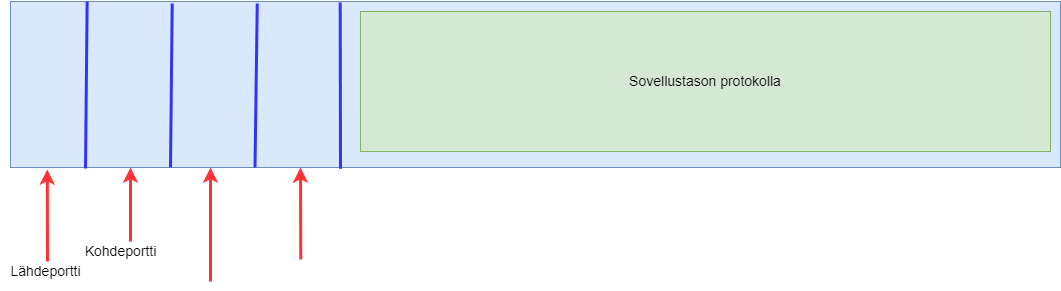
The draw.io diagram docs/pictures/UDPDatagrammi.png in JaakkoVuorela/TAdokumentaatio, before a commit. Source tidied: cells renumbered, new cells last; positions are measured from the earlier drawing's top-left corner, leaving out a move shared by most shapes.
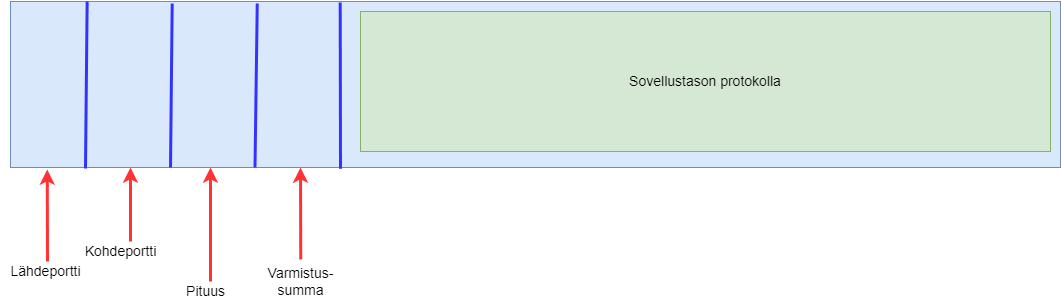
The same file after the commit.

Change to the diagram source:
```diff
@@ -54,8 +54,14 @@
     <mxCell id="12" value="Kohdeportti" style="text;html=1;align=center;verticalAlign=middle;strokeColor=none;fillColor=none;fontSize=14;" parent="1" vertex="1">
       <mxGeometry x="75" y="240" width="90" height="20" as="geometry" />
     </mxCell>
-    <mxCell id="13" value="Sovellustason protokolla" style="rounded=0;whiteSpace=wrap;html=1;fontSize=14;fillColor=#d5e8d4;strokeColor=#82b366;" parent="1" vertex="1">
-      <mxGeometry x="360" y="10" width="690" height="140" as="geometry" />
+    <mxCell id="13" value="Pituus" style="text;html=1;align=center;verticalAlign=middle;strokeColor=none;fillColor=none;fontSize=14;" parent="1" vertex="1">
+      <mxGeometry x="180" y="280" width="50" height="20" as="geometry" />
     </mxCell>
+    <mxCell id="14" value="Varmistus-&lt;br&gt;summa" style="text;html=1;align=center;verticalAlign=middle;strokeColor=none;fillColor=none;fontSize=14;" parent="1" vertex="1">
+      <mxGeometry x="260" y="260" width="80" height="40" as="geometry" />
+    </mxCell>
+    <mxCell id="15" value="Sovellustason protokolla" style="rounded=0;whiteSpace=wrap;html=1;fontSize=14;fillColor=#d5e8d4;strokeColor=#82b366;" parent="1" vertex="1">
+      <mxGeometry x="360" y="10" width="690" height="140" as="geometry" />
+    </mxCell>
   </root>
 </mxGraphModel>
```
